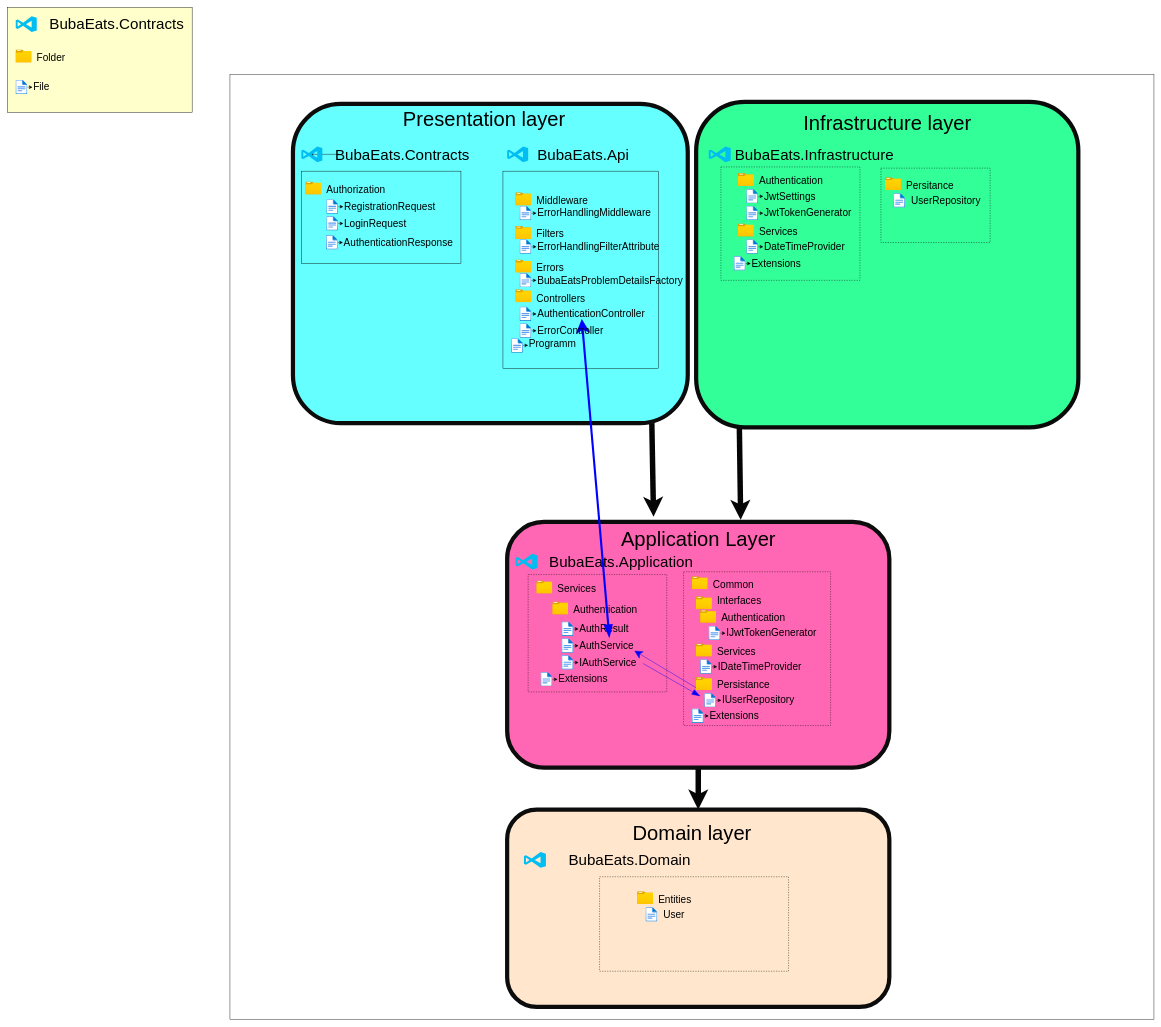
PilarczykM/BubaEats keeps this draw.io diagram as view.drawio. Above is the earlier version. Source tidied: cells renumbered, new cells numbered last; positions are measured from the earlier drawing's top-left corner, leaving out a move shared by most shapes. Both pictures are drawn from the tidied source at 42%, with x=0, y=0 at pixel (7, 7).
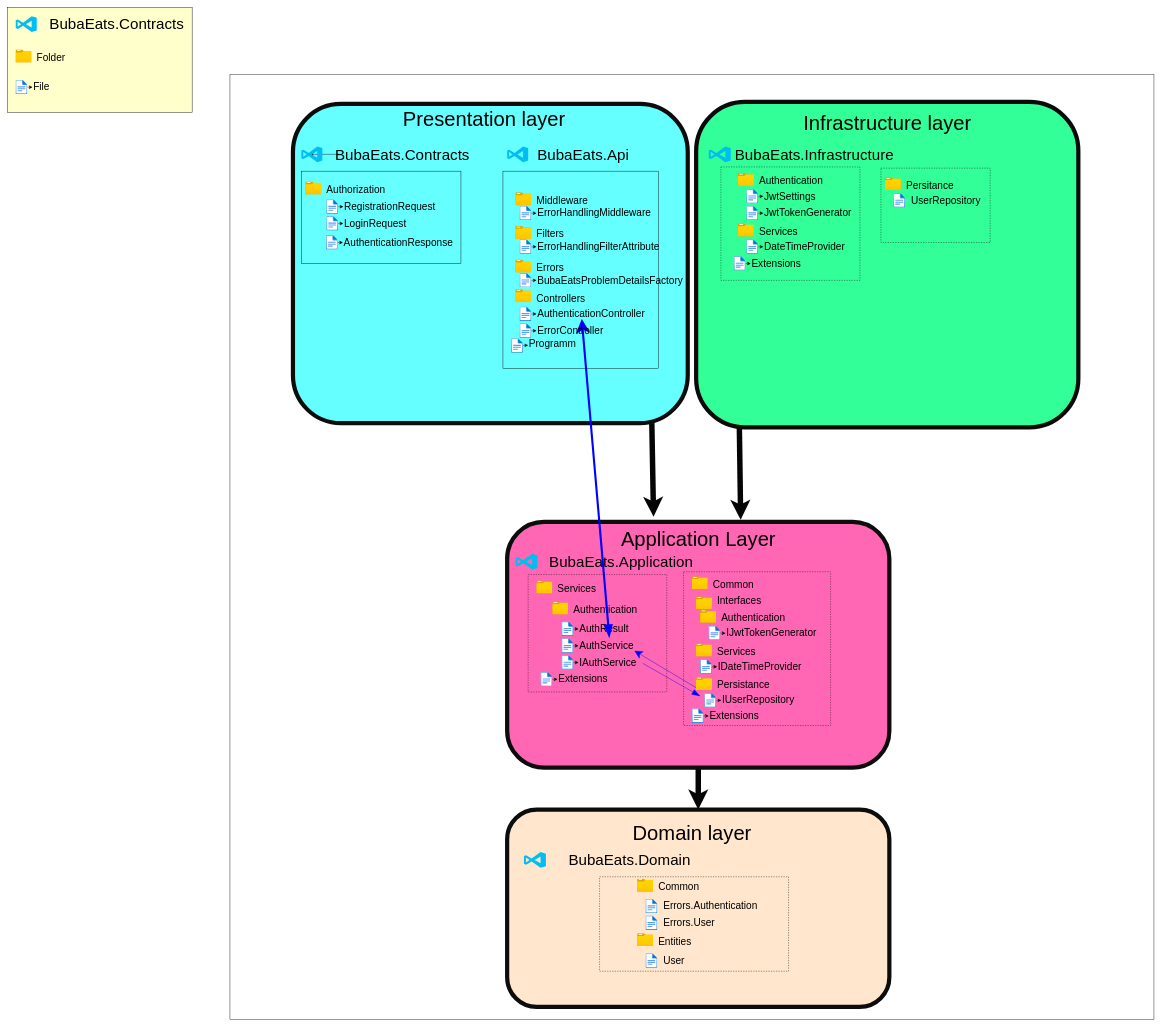
The same diagram, later.

Commit message:
Add errors in domain

Diff of the diagram source:
```diff
@@
     <mxCell id="154" style="group;" parent="1" vertex="1">
-      <mxGeometry x="1500" y="2080" width="228" height="70" as="geometry" />
+      <mxGeometry x="1500" y="2180" width="228" height="70" as="geometry" />
     </mxCell>
@@
-    <mxCell id="157" style="html=1;align=center;image;fontSize=12;image=img/lib/azure2/general/File.svg;rounded=1;strokeColor=#000000;fontColor=#000000;fillColor=#FFFFCC;" parent="1" vertex="1">
-      <mxGeometry x="1520" y="2142.8" width="28" height="34.5" as="geometry" />
-    </mxCell>
-    <mxCell id="158" value="User" style="text;html=1;align=left;verticalAlign=middle;strokeColor=none;fillColor=none;fontSize=24;fontColor=#000000;" parent="1" vertex="1">
-      <mxGeometry x="1560" y="2140" width="70" height="40" as="geometry" />
-    </mxCell>
@@
+    <mxCell id="189" style="group;" parent="1" vertex="1">
+      <mxGeometry x="1520" y="2250" width="110" height="40" as="geometry" />
+    </mxCell>
+    <mxCell id="157" style="html=1;align=center;image;fontSize=12;image=img/lib/azure2/general/File.svg;rounded=1;strokeColor=#000000;fontColor=#000000;fillColor=#FFFFCC;" parent="189" vertex="1">
+      <mxGeometry y="2.8" width="28" height="34.5" as="geometry" />
+    </mxCell>
+    <mxCell id="158" value="User" style="text;html=1;align=left;verticalAlign=middle;strokeColor=none;fillColor=none;fontSize=24;fontColor=#000000;" parent="189" vertex="1">
+      <mxGeometry x="40" width="70" height="40" as="geometry" />
+    </mxCell>
+    <mxCell id="190" style="group;" parent="1" vertex="1">
+      <mxGeometry x="1500" y="2050" width="228" height="70" as="geometry" />
+    </mxCell>
+    <mxCell id="191" style="html=1;align=center;image;fontSize=12;image=img/lib/azure2/general/Folder_Blank.svg;rounded=1;strokeColor=#000000;fontColor=#000000;fillColor=#FFFFCC;" parent="190" vertex="1">
+      <mxGeometry y="25" width="38" height="31" as="geometry" />
+    </mxCell>
+    <mxCell id="192" value="&lt;font style=&quot;font-size: 24px;&quot;&gt;Common&lt;/font&gt;" style="text;html=1;align=left;verticalAlign=middle;strokeColor=none;fillColor=none;fontSize=48;fontColor=#000000;" parent="190" vertex="1">
+      <mxGeometry x="48" width="120" height="70" as="geometry" />
+    </mxCell>
+    <mxCell id="193" style="group;" parent="1" vertex="1">
+      <mxGeometry x="1520" y="2120" width="290" height="40" as="geometry" />
+    </mxCell>
+    <mxCell id="194" style="html=1;align=center;image;fontSize=12;image=img/lib/azure2/general/File.svg;rounded=1;strokeColor=#000000;fontColor=#000000;fillColor=#FFFFCC;" parent="193" vertex="1">
+      <mxGeometry y="2.8" width="28" height="34.5" as="geometry" />
+    </mxCell>
+    <mxCell id="195" value="Errors.Authentication" style="text;html=1;align=left;verticalAlign=middle;strokeColor=none;fillColor=none;fontSize=24;fontColor=#000000;" parent="193" vertex="1">
+      <mxGeometry x="40" width="250" height="40" as="geometry" />
+    </mxCell>
+    <mxCell id="196" style="group;" parent="1" vertex="1">
+      <mxGeometry x="1520" y="2160" width="190" height="40" as="geometry" />
+    </mxCell>
+    <mxCell id="197" style="html=1;align=center;image;fontSize=12;image=img/lib/azure2/general/File.svg;rounded=1;strokeColor=#000000;fontColor=#000000;fillColor=#FFFFCC;" parent="196" vertex="1">
+      <mxGeometry y="2.8" width="28" height="34.5" as="geometry" />
+    </mxCell>
+    <mxCell id="198" value="Errors.User" style="text;html=1;align=left;verticalAlign=middle;strokeColor=none;fillColor=none;fontSize=24;fontColor=#000000;" parent="196" vertex="1">
+      <mxGeometry x="40" width="150" height="40" as="geometry" />
+    </mxCell>
```
